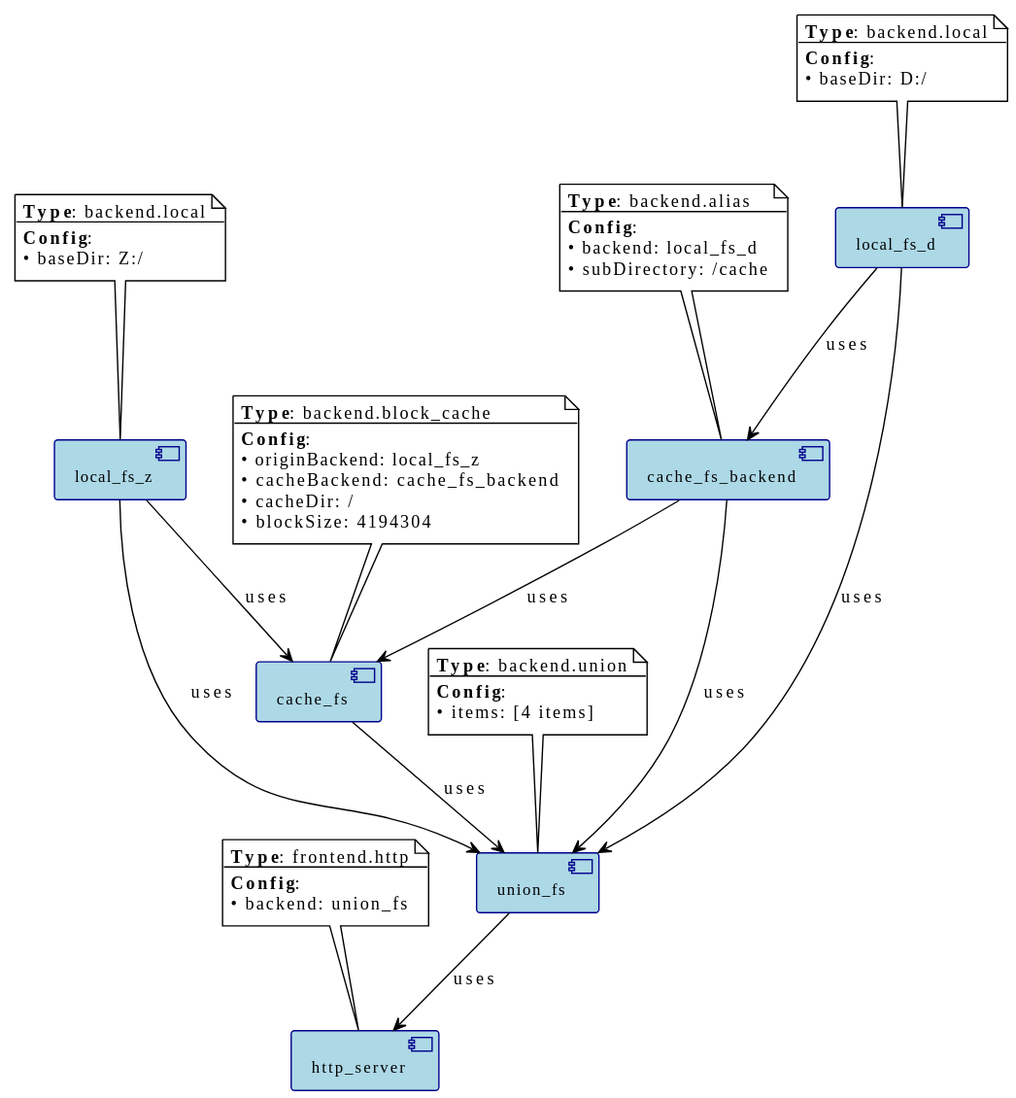
zhangzqs/vfs_framework keeps this PlantUML diagram as bin/component_diagram.svg. Above is the earlier version.
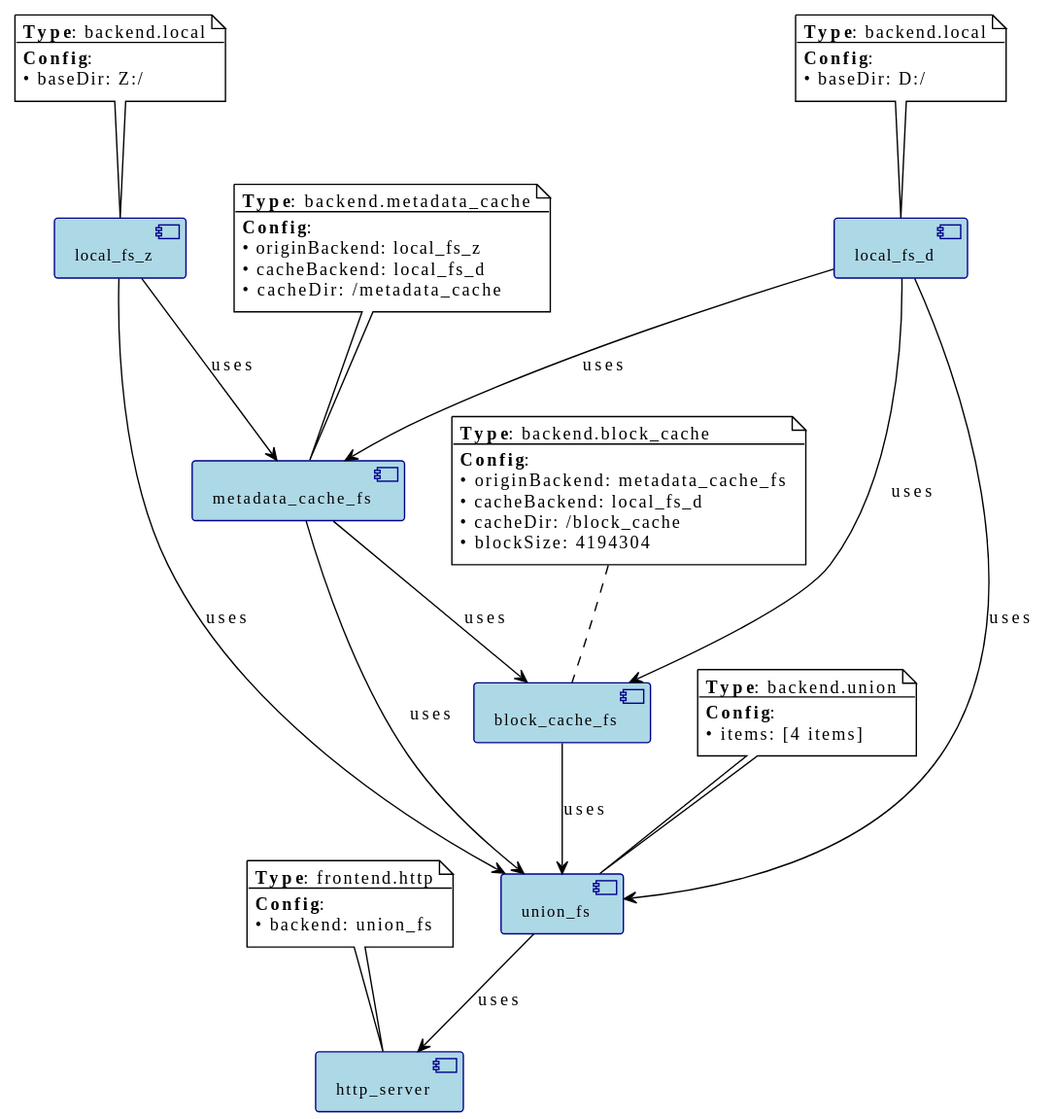
The same diagram one commit later.

The edit, as a diff of the source:
```diff
@@ -16,15 +16,6 @@
   • baseDir: D:/
 end note
 
-component [cache_fs_backend] as cache_fs_backend
-note top of cache_fs_backend
-  **Type**: backend.alias
-  --
-  **Config**:
-  • backend: local_fs_d
-  • subDirectory: /cache
-end note
-
 component [local_fs_z] as local_fs_z
 note top of local_fs_z
   **Type**: backend.local
@@ -33,14 +24,24 @@
   • baseDir: Z:/
 end note
 
-component [cache_fs] as cache_fs
-note top of cache_fs
+component [metadata_cache_fs] as metadata_cache_fs
+note top of metadata_cache_fs
+  **Type**: backend.metadata_cache
+  --
+  **Config**:
+  • originBackend: local_fs_z
+  • cacheBackend: local_fs_d
+  • cacheDir: /metadata_cache
+end note
+
+component [block_cache_fs] as block_cache_fs
+note top of block_cache_fs
   **Type**: backend.block_cache
   --
   **Config**:
-  • originBackend: local_fs_z
-  • cacheBackend: cache_fs_backend
-  • cacheDir: /
+  • originBackend: metadata_cache_fs
+  • cacheBackend: local_fs_d
+  • cacheDir: /block_cache
   • blockSize: 4194304
 end note
 
@@ -60,12 +61,13 @@
   • backend: union_fs
 end note
 
-local_fs_d --> cache_fs_backend : uses
-local_fs_z --> cache_fs : uses
-cache_fs_backend --> cache_fs : uses
+local_fs_z --> metadata_cache_fs : uses
+local_fs_d --> metadata_cache_fs : uses
+metadata_cache_fs --> block_cache_fs : uses
+local_fs_d --> block_cache_fs : uses
 local_fs_d --> union_fs : uses
 local_fs_z --> union_fs : uses
-cache_fs_backend --> union_fs : uses
-cache_fs --> union_fs : uses
+metadata_cache_fs --> union_fs : uses
+block_cache_fs --> union_fs : uses
 union_fs --> http_server : uses
 @enduml
```
